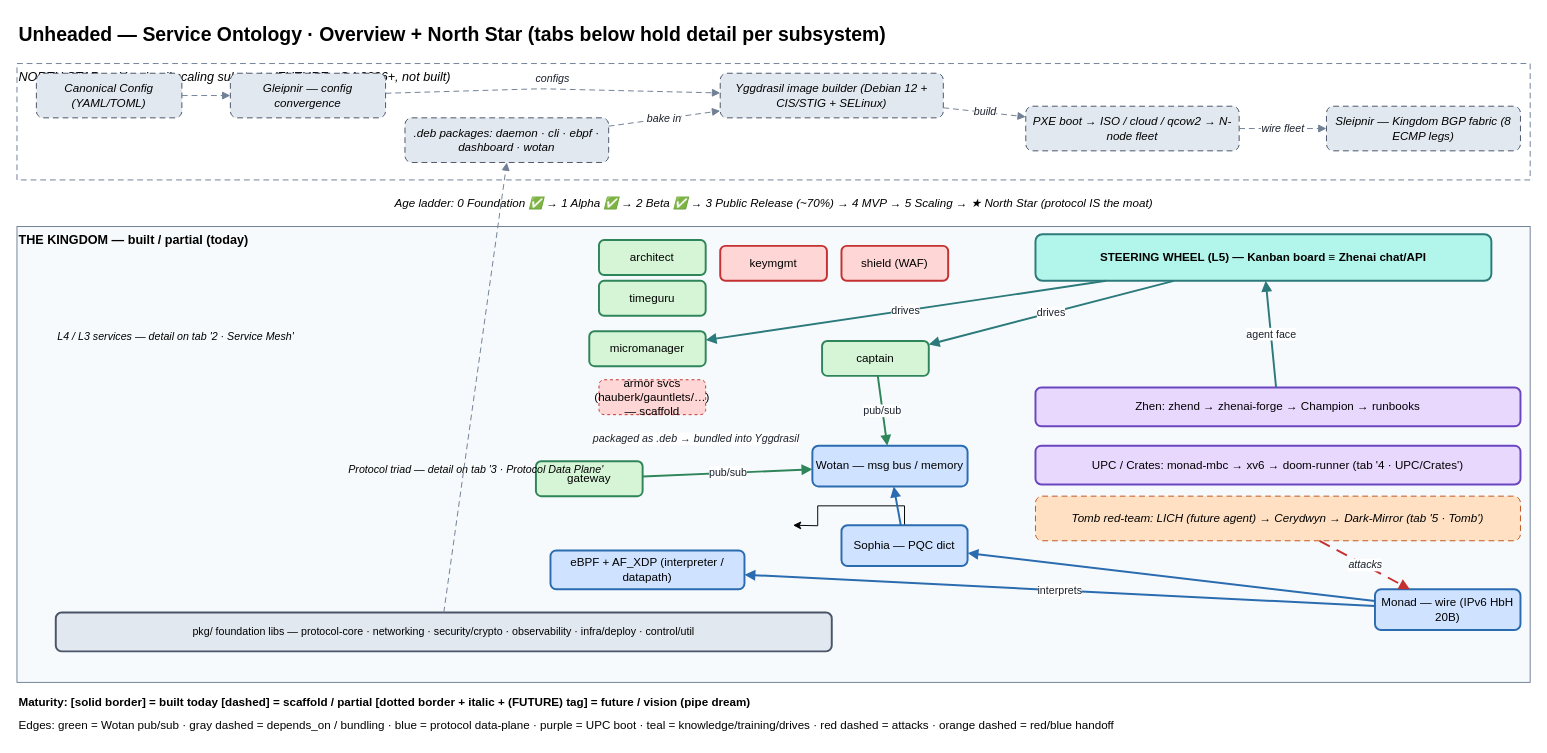
This is page "1 · Overview + North Star" (1 of 6) of docs/architecture/service-ontology.drawio from unheaded/unheaded, a draw.io file, before an edit. Source tidied: cells renumbered, new cells numbered last; positions are measured from the earlier drawing's top-left corner, leaving out a move shared by most shapes. Both pictures are drawn from the tidied source at 97%, with x=0, y=0 at pixel (16, 16).
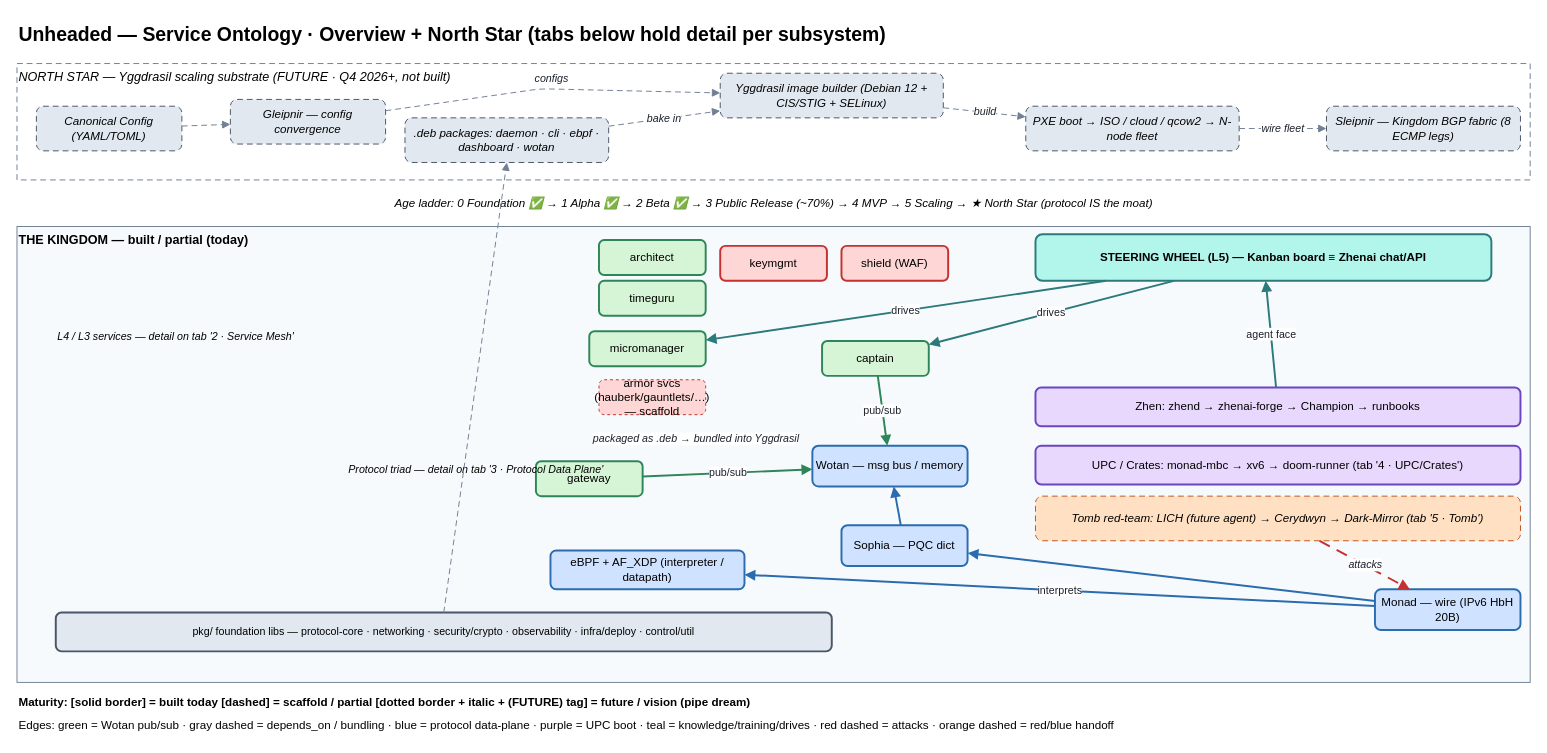
The same page after the edit.

The change refers to these unchanged cells:
```xml
<mxCell id="30" value="Sophia — PQC dict" style="rounded=1;whiteSpace=wrap;html=1;fillColor=#cfe2ff;strokeColor=#2b6cb0;strokeWidth=2;" parent="1" vertex="1">
  <mxGeometry x="850" y="524" width="130" height="42" as="geometry" />
</mxCell>
```

What changed in the source:
```diff
@@
     <mxCell id="4" value="Canonical Config (YAML/TOML)" style="rounded=1;whiteSpace=wrap;html=1;fillColor=#e2e8f0;strokeColor=#4a5568;dashed=1;dashPattern=6 4;fontStyle=2;" parent="1" vertex="1">
-      <mxGeometry x="20" y="58" width="150" height="46" as="geometry" />
+      <mxGeometry x="20" y="92" width="150" height="46" as="geometry" />
     </mxCell>
     <mxCell id="5" value="Gleipnir — config convergence" style="rounded=1;whiteSpace=wrap;html=1;fillColor=#e2e8f0;strokeColor=#4a5568;dashed=1;dashPattern=6 4;fontStyle=2;" parent="1" vertex="1">
-      <mxGeometry x="220" y="58" width="160" height="46" as="geometry" />
+      <mxGeometry x="220" y="85" width="160" height="46" as="geometry" />
     </mxCell>
@@
-    <mxCell id="29" style="edgeStyle=orthogonalEdgeStyle;rounded=0;jettySize=auto;html=1;exitX=0.5;exitY=0;exitDx=0;exitDy=0;" parent="1" edge="1" source="30">
-      <mxGeometry relative="1" as="geometry">
-        <mxPoint x="800" y="524" as="targetPoint" />
-      </mxGeometry>
-    </mxCell>
```
